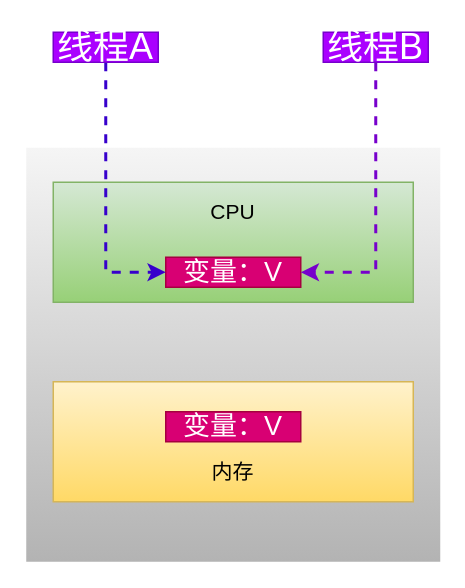
Before: page "第 1 页" (1 of 5) of 并发编程的Bug源头/1.drawio in chenjiabing666/BlogImage, a draw.io diagram. Source tidied: cells renumbered, new cells numbered last; positions are measured from the earlier drawing's top-left corner, leaving out a move shared by most shapes. Both pictures are drawn from the tidied source at 150%, with x=0, y=0 at pixel (26, 32).
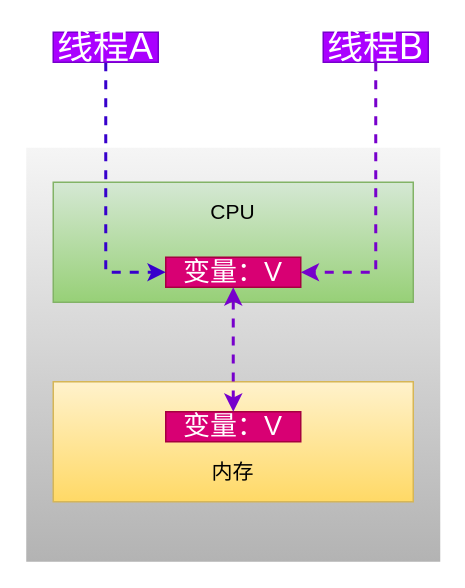
The same page after the edit.

The edit, as a diff of the source:
```diff
@@
 <mxGraphModel>
   <root>
     <mxCell id="0" />
     <mxCell id="1" parent="0" />
     <mxCell id="2" style="whiteSpace=wrap;html=1;fillColor=#f5f5f5;strokeColor=none;gradientColor=#b3b3b3;" parent="1" vertex="1">
       <mxGeometry y="77" width="276" height="276" as="geometry" />
     </mxCell>
     <mxCell id="3" style="rounded=0;whiteSpace=wrap;html=1;fillColor=#d5e8d4;strokeColor=#82b366;gradientColor=#97d077;" parent="1" vertex="1">
       <mxGeometry x="18" y="100" width="240" height="80" as="geometry" />
     </mxCell>
     <mxCell id="4" style="rounded=0;whiteSpace=wrap;html=1;fillColor=#fff2cc;strokeColor=#d6b656;gradientColor=#ffd966;" parent="1" vertex="1">
       <mxGeometry x="18" y="233" width="240" height="80" as="geometry" />
     </mxCell>
     <mxCell id="5" value="&lt;font style=&quot;font-size: 14px&quot;&gt;CPU&lt;/font&gt;" style="text;html=1;strokeColor=none;fillColor=none;align=center;verticalAlign=middle;whiteSpace=wrap;rounded=0;" parent="1" vertex="1">
       <mxGeometry x="118" y="110" width="40" height="20" as="geometry" />
     </mxCell>
     <mxCell id="6" value="&lt;font style=&quot;font-size: 18px&quot;&gt;变量：V&lt;/font&gt;" style="text;html=1;strokeColor=#A50040;fillColor=#d80073;align=center;verticalAlign=middle;whiteSpace=wrap;rounded=0;fontColor=#ffffff;" parent="1" vertex="1">
       <mxGeometry x="93" y="150" width="90" height="20" as="geometry" />
     </mxCell>
     <mxCell id="7" value="&lt;font style=&quot;font-size: 18px&quot;&gt;变量：V&lt;/font&gt;" style="text;html=1;strokeColor=#A50040;fillColor=#d80073;align=center;verticalAlign=middle;whiteSpace=wrap;rounded=0;fontColor=#ffffff;" parent="1" vertex="1">
       <mxGeometry x="93" y="253" width="90" height="20" as="geometry" />
     </mxCell>
     <mxCell id="8" value="&lt;span style=&quot;font-size: 14px&quot;&gt;内存&lt;/span&gt;" style="text;html=1;strokeColor=none;fillColor=none;align=center;verticalAlign=middle;whiteSpace=wrap;rounded=0;" parent="1" vertex="1">
       <mxGeometry x="118" y="283" width="40" height="20" as="geometry" />
     </mxCell>
     <mxCell id="9" style="edgeStyle=orthogonalEdgeStyle;rounded=0;jettySize=auto;html=1;entryX=0;entryY=0.5;entryDx=0;entryDy=0;dashed=1;strokeWidth=2;fillColor=#6a00ff;strokeColor=#3700CC;" parent="1" edge="1" source="10" target="6">
       <mxGeometry relative="1" as="geometry">
         <Array as="points">
           <mxPoint x="53" y="160" />
         </Array>
       </mxGeometry>
     </mxCell>
     <mxCell id="10" value="&lt;font style=&quot;font-size: 24px&quot;&gt;线程A&lt;/font&gt;" style="text;html=1;strokeColor=#7700CC;fillColor=#aa00ff;align=center;verticalAlign=middle;whiteSpace=wrap;rounded=0;fontColor=#ffffff;" parent="1" vertex="1">
       <mxGeometry x="18" width="70" height="20" as="geometry" />
     </mxCell>
     <mxCell id="11" style="edgeStyle=orthogonalEdgeStyle;rounded=0;jettySize=auto;html=1;entryX=1;entryY=0.5;entryDx=0;entryDy=0;dashed=1;strokeWidth=2;fillColor=#aa00ff;strokeColor=#7700CC;" parent="1" edge="1" source="12" target="6">
       <mxGeometry relative="1" as="geometry">
         <Array as="points">
           <mxPoint x="233" y="160" />
         </Array>
       </mxGeometry>
     </mxCell>
     <mxCell id="12" value="&lt;font style=&quot;font-size: 24px&quot;&gt;线程B&lt;/font&gt;" style="text;html=1;strokeColor=#7700CC;fillColor=#aa00ff;align=center;verticalAlign=middle;whiteSpace=wrap;rounded=0;fontColor=#ffffff;" parent="1" vertex="1">
       <mxGeometry x="198" width="70" height="20" as="geometry" />
     </mxCell>
+    <mxCell id="13" style="endArrow=classic;startArrow=classic;html=1;dashed=1;strokeColor=#7700CC;strokeWidth=2;entryX=0.5;entryY=1;entryDx=0;entryDy=0;exitX=0.5;exitY=0;exitDx=0;exitDy=0;entryPerimeter=0;fillColor=#aa00ff;" parent="1" edge="1" source="7" target="6">
+      <mxGeometry relative="1" as="geometry" />
+    </mxCell>
   </root>
 </mxGraphModel>
```
